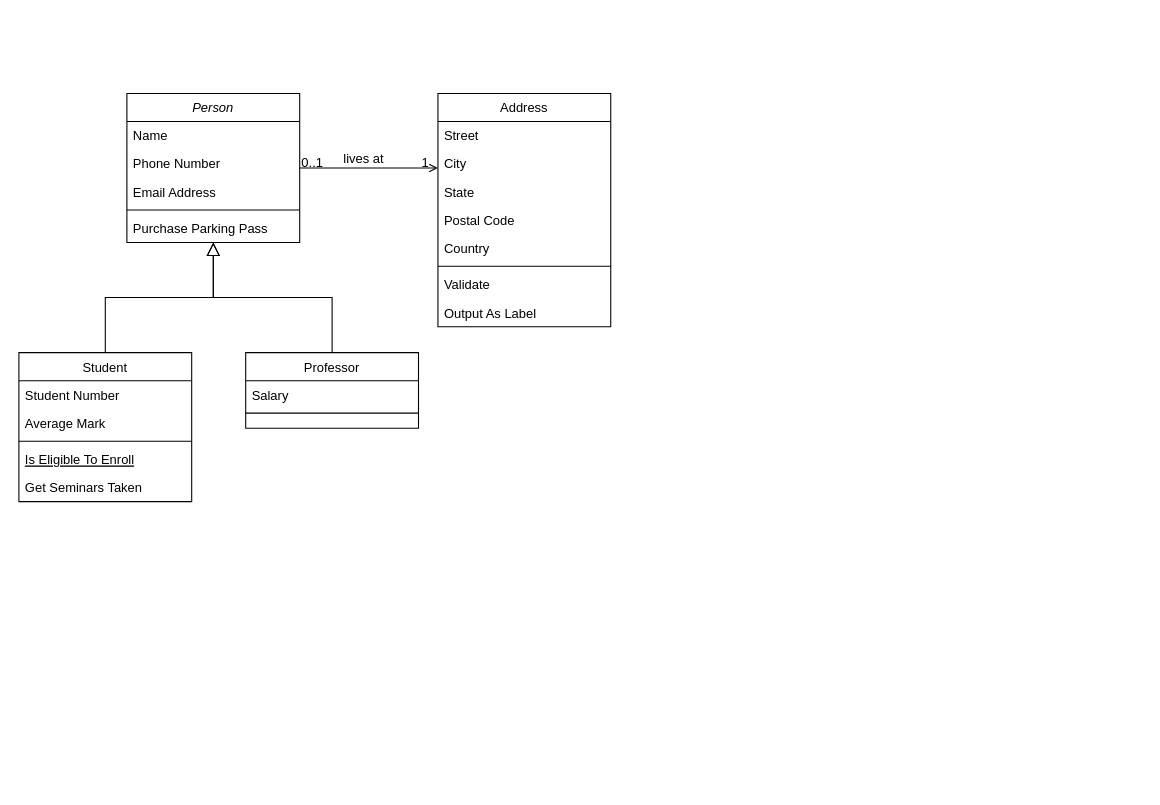
This is classroom-ultra-uml/class-diagram.drawio from doremi31618/Assets, a draw.io file, before an edit. Source tidied: cells renumbered, new cells numbered last; positions are measured from the earlier drawing's top-left corner, leaving out a move shared by most shapes. Both pictures are drawn from the tidied source at 108%, with x=0, y=0 at pixel (18, 93).
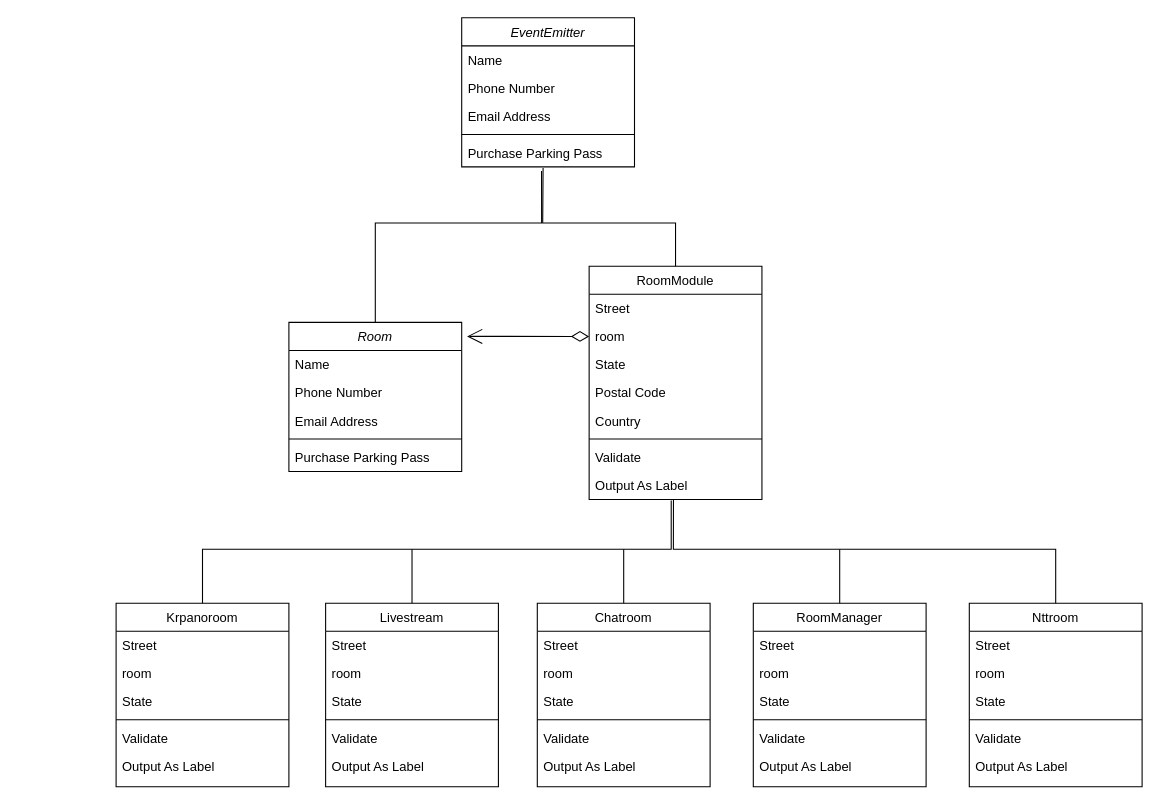
The same diagram, later.

The change refers to these unchanged cells:
```xml
<mxCell id="27" value="Output As Label" style="text;align=left;verticalAlign=top;spacingLeft=4;spacingRight=4;overflow=hidden;points=[[0,0.5],[1,0.5]];portConstraint=eastwest;" parent="19" vertex="1">
  <mxGeometry y="190" width="160" height="26" as="geometry" />
</mxCell>
```

What changed in the source:
```diff
@@
-    <mxCell id="2" value="Person" style="swimlane;fontStyle=2;align=center;verticalAlign=top;horizontal=1;startSize=26;rounded=0;shadow=0;strokeWidth=1;" parent="1" vertex="1">
-      <mxGeometry x="100" width="160" height="138" as="geometry" />
+    <mxCell id="2" value="Room" style="swimlane;fontStyle=2;align=center;verticalAlign=top;horizontal=1;startSize=26;rounded=0;shadow=0;strokeWidth=1;" parent="1" vertex="1">
+      <mxGeometry x="250" y="212" width="160" height="138" as="geometry" />
     </mxCell>
@@
-    <mxCell id="8" value="Student" style="swimlane;fontStyle=0;align=center;verticalAlign=top;horizontal=1;startSize=26;rounded=0;shadow=0;strokeWidth=1;" parent="1" vertex="1">
-      <mxGeometry y="240" width="160" height="138" as="geometry" />
-    </mxCell>
-    <mxCell id="9" value="Student Number" style="text;align=left;verticalAlign=top;spacingLeft=4;spacingRight=4;overflow=hidden;" parent="8" vertex="1">
-      <mxGeometry y="26" width="160" height="26" as="geometry" />
-    </mxCell>
-    <mxCell id="10" value="Average Mark" style="text;align=left;verticalAlign=top;spacingLeft=4;spacingRight=4;overflow=hidden;rounded=0;shadow=0;html=0;" parent="8" vertex="1">
-      <mxGeometry y="52" width="160" height="26" as="geometry" />
-    </mxCell>
-    <mxCell id="11" style="line;html=1;strokeWidth=1;align=left;verticalAlign=middle;spacingTop=-1;spacingLeft=3;spacingRight=3;labelPosition=right;" parent="8" vertex="1">
-      <mxGeometry y="78" width="160" height="8" as="geometry" />
-    </mxCell>
-    <mxCell id="12" value="Is Eligible To Enroll" style="text;align=left;verticalAlign=top;spacingLeft=4;spacingRight=4;overflow=hidden;fontStyle=4;" parent="8" vertex="1">
-      <mxGeometry y="86" width="160" height="26" as="geometry" />
-    </mxCell>
-    <mxCell id="13" value="Get Seminars Taken" style="text;align=left;verticalAlign=top;spacingLeft=4;spacingRight=4;overflow=hidden;" parent="8" vertex="1">
-      <mxGeometry y="112" width="160" height="26" as="geometry" />
-    </mxCell>
-    <mxCell id="14" style="endArrow=block;endSize=10;endFill=0;shadow=0;strokeWidth=1;rounded=0;edgeStyle=elbowEdgeStyle;elbow=vertical;" parent="1" edge="1" source="8" target="2">
-      <mxGeometry relative="1" as="geometry" />
-    </mxCell>
-    <mxCell id="15" value="Professor" style="swimlane;fontStyle=0;align=center;verticalAlign=top;horizontal=1;startSize=26;rounded=0;shadow=0;strokeWidth=1;" parent="1" vertex="1">
-      <mxGeometry x="210" y="240" width="160" height="70" as="geometry" />
-    </mxCell>
-    <mxCell id="16" value="Salary" style="text;align=left;verticalAlign=top;spacingLeft=4;spacingRight=4;overflow=hidden;" parent="15" vertex="1">
-      <mxGeometry y="26" width="160" height="26" as="geometry" />
-    </mxCell>
-    <mxCell id="17" style="line;html=1;strokeWidth=1;align=left;verticalAlign=middle;spacingTop=-1;spacingLeft=3;spacingRight=3;labelPosition=right;" parent="15" vertex="1">
-      <mxGeometry y="52" width="160" height="8" as="geometry" />
-    </mxCell>
-    <mxCell id="18" style="endArrow=block;endSize=10;endFill=0;shadow=0;strokeWidth=1;rounded=0;edgeStyle=elbowEdgeStyle;elbow=vertical;" parent="1" edge="1" source="15" target="2">
-      <mxGeometry relative="1" as="geometry" />
-    </mxCell>
-    <mxCell id="19" value="Address" style="swimlane;fontStyle=0;align=center;verticalAlign=top;horizontal=1;startSize=26;rounded=0;shadow=0;strokeWidth=1;" parent="1" vertex="1">
-      <mxGeometry x="388" width="160" height="216" as="geometry" />
+    <mxCell id="19" value="RoomModule" style="swimlane;fontStyle=0;align=center;verticalAlign=top;horizontal=1;startSize=26;rounded=0;shadow=0;strokeWidth=1;" parent="1" vertex="1">
+      <mxGeometry x="528" y="160" width="160" height="216" as="geometry" />
     </mxCell>
@@
-    <mxCell id="21" value="City" style="text;align=left;verticalAlign=top;spacingLeft=4;spacingRight=4;overflow=hidden;points=[[0,0.5],[1,0.5]];portConstraint=eastwest;rounded=0;shadow=0;html=0;" parent="19" vertex="1">
+    <mxCell id="21" value="room" style="text;align=left;verticalAlign=top;spacingLeft=4;spacingRight=4;overflow=hidden;points=[[0,0.5],[1,0.5]];portConstraint=eastwest;rounded=0;shadow=0;html=0;" parent="19" vertex="1">
       <mxGeometry y="52" width="160" height="26" as="geometry" />
     </mxCell>
@@
-    <mxCell id="28" style="endArrow=open;shadow=0;strokeWidth=1;rounded=0;endFill=1;edgeStyle=elbowEdgeStyle;elbow=vertical;" parent="1" edge="1" source="2" target="19">
-      <mxGeometry x="0.5" y="41" relative="1" as="geometry">
-        <mxPoint x="-40" y="32" as="offset" />
-      </mxGeometry>
-    </mxCell>
-    <mxCell id="29" value="0..1" style="align=left;verticalAlign=bottom;labelBackgroundColor=none;fontSize=12;" parent="28" vertex="1">
-      <mxGeometry x="-1" relative="1" as="geometry">
-        <mxPoint y="4" as="offset" />
-      </mxGeometry>
-    </mxCell>
-    <mxCell id="30" value="1" style="align=right;verticalAlign=bottom;labelBackgroundColor=none;fontSize=12;" parent="28" vertex="1">
-      <mxGeometry x="1" relative="1" as="geometry">
-        <mxPoint x="-7" y="4" as="offset" />
-      </mxGeometry>
-    </mxCell>
-    <mxCell id="31" value="lives at" style="text;html=1;align=center;verticalAlign=middle;labelBackgroundColor=none;rounded=0;shadow=0;strokeWidth=1;fontSize=12;" parent="28" vertex="1">
-      <mxGeometry x="0.5" y="49" relative="1" as="geometry">
-        <mxPoint x="-38" y="40" as="offset" />
-      </mxGeometry>
-    </mxCell>
+    <mxCell id="32" style="endArrow=open;html=1;endSize=12;startArrow=diamondThin;startSize=14;startFill=0;edgeStyle=orthogonalEdgeStyle;align=left;verticalAlign=bottom;rounded=0;exitX=0;exitY=0.5;exitDx=0;exitDy=0;entryX=1.031;entryY=0.094;entryDx=0;entryDy=0;entryPerimeter=0;" parent="1" edge="1" source="21" target="2">
+      <mxGeometry x="-1" y="3" relative="1" as="geometry" />
+    </mxCell>
+    <mxCell id="33" value="Krpanoroom" style="swimlane;fontStyle=0;align=center;verticalAlign=top;horizontal=1;startSize=26;rounded=0;shadow=0;strokeWidth=1;" parent="1" vertex="1">
+      <mxGeometry x="90" y="472" width="160" height="170" as="geometry" />
+    </mxCell>
+    <mxCell id="34" value="Street" style="text;align=left;verticalAlign=top;spacingLeft=4;spacingRight=4;overflow=hidden;" parent="33" vertex="1">
+      <mxGeometry y="26" width="160" height="26" as="geometry" />
+    </mxCell>
+    <mxCell id="35" value="room" style="text;align=left;verticalAlign=top;spacingLeft=4;spacingRight=4;overflow=hidden;rounded=0;shadow=0;html=0;" parent="33" vertex="1">
+      <mxGeometry y="52" width="160" height="26" as="geometry" />
+    </mxCell>
+    <mxCell id="36" value="State" style="text;align=left;verticalAlign=top;spacingLeft=4;spacingRight=4;overflow=hidden;rounded=0;shadow=0;html=0;" parent="33" vertex="1">
+      <mxGeometry y="78" width="160" height="26" as="geometry" />
+    </mxCell>
+    <mxCell id="37" style="line;html=1;strokeWidth=1;align=left;verticalAlign=middle;spacingTop=-1;spacingLeft=3;spacingRight=3;labelPosition=right;" parent="33" vertex="1">
+      <mxGeometry y="104" width="160" height="8" as="geometry" />
+    </mxCell>
+    <mxCell id="38" value="Validate" style="text;align=left;verticalAlign=top;spacingLeft=4;spacingRight=4;overflow=hidden;" parent="33" vertex="1">
+      <mxGeometry y="112" width="160" height="26" as="geometry" />
+    </mxCell>
+    <mxCell id="39" value="Output As Label" style="text;align=left;verticalAlign=top;spacingLeft=4;spacingRight=4;overflow=hidden;" parent="33" vertex="1">
+      <mxGeometry y="138" width="160" height="26" as="geometry" />
+    </mxCell>
+    <mxCell id="40" value="Livestream" style="swimlane;fontStyle=0;align=center;verticalAlign=top;horizontal=1;startSize=26;rounded=0;shadow=0;strokeWidth=1;" parent="1" vertex="1">
+      <mxGeometry x="284" y="472" width="160" height="170" as="geometry" />
+    </mxCell>
+    <mxCell id="41" value="Street" style="text;align=left;verticalAlign=top;spacingLeft=4;spacingRight=4;overflow=hidden;" parent="40" vertex="1">
+      <mxGeometry y="26" width="160" height="26" as="geometry" />
+    </mxCell>
+    <mxCell id="42" value="room" style="text;align=left;verticalAlign=top;spacingLeft=4;spacingRight=4;overflow=hidden;rounded=0;shadow=0;html=0;" parent="40" vertex="1">
+      <mxGeometry y="52" width="160" height="26" as="geometry" />
+    </mxCell>
+    <mxCell id="43" value="State" style="text;align=left;verticalAlign=top;spacingLeft=4;spacingRight=4;overflow=hidden;rounded=0;shadow=0;html=0;" parent="40" vertex="1">
+      <mxGeometry y="78" width="160" height="26" as="geometry" />
+    </mxCell>
+    <mxCell id="44" style="line;html=1;strokeWidth=1;align=left;verticalAlign=middle;spacingTop=-1;spacingLeft=3;spacingRight=3;labelPosition=right;" parent="40" vertex="1">
+      <mxGeometry y="104" width="160" height="8" as="geometry" />
+    </mxCell>
+    <mxCell id="45" value="Validate" style="text;align=left;verticalAlign=top;spacingLeft=4;spacingRight=4;overflow=hidden;" parent="40" vertex="1">
+      <mxGeometry y="112" width="160" height="26" as="geometry" />
+    </mxCell>
+    <mxCell id="46" value="Output As Label" style="text;align=left;verticalAlign=top;spacingLeft=4;spacingRight=4;overflow=hidden;" parent="40" vertex="1">
+      <mxGeometry y="138" width="160" height="26" as="geometry" />
+    </mxCell>
+    <mxCell id="47" value="Chatroom" style="swimlane;fontStyle=0;align=center;verticalAlign=top;horizontal=1;startSize=26;rounded=0;shadow=0;strokeWidth=1;" parent="1" vertex="1">
+      <mxGeometry x="480" y="472" width="160" height="170" as="geometry" />
+    </mxCell>
+    <mxCell id="48" value="Street" style="text;align=left;verticalAlign=top;spacingLeft=4;spacingRight=4;overflow=hidden;" parent="47" vertex="1">
+      <mxGeometry y="26" width="160" height="26" as="geometry" />
+    </mxCell>
+    <mxCell id="49" value="room" style="text;align=left;verticalAlign=top;spacingLeft=4;spacingRight=4;overflow=hidden;rounded=0;shadow=0;html=0;" parent="47" vertex="1">
+      <mxGeometry y="52" width="160" height="26" as="geometry" />
+    </mxCell>
+    <mxCell id="50" value="State" style="text;align=left;verticalAlign=top;spacingLeft=4;spacingRight=4;overflow=hidden;rounded=0;shadow=0;html=0;" parent="47" vertex="1">
+      <mxGeometry y="78" width="160" height="26" as="geometry" />
+    </mxCell>
+    <mxCell id="51" style="line;html=1;strokeWidth=1;align=left;verticalAlign=middle;spacingTop=-1;spacingLeft=3;spacingRight=3;labelPosition=right;" parent="47" vertex="1">
+      <mxGeometry y="104" width="160" height="8" as="geometry" />
+    </mxCell>
+    <mxCell id="52" value="Validate" style="text;align=left;verticalAlign=top;spacingLeft=4;spacingRight=4;overflow=hidden;" parent="47" vertex="1">
+      <mxGeometry y="112" width="160" height="26" as="geometry" />
+    </mxCell>
+    <mxCell id="53" value="Output As Label" style="text;align=left;verticalAlign=top;spacingLeft=4;spacingRight=4;overflow=hidden;" parent="47" vertex="1">
+      <mxGeometry y="138" width="160" height="26" as="geometry" />
+    </mxCell>
+    <mxCell id="54" value="RoomManager" style="swimlane;fontStyle=0;align=center;verticalAlign=top;horizontal=1;startSize=26;rounded=0;shadow=0;strokeWidth=1;" parent="1" vertex="1">
+      <mxGeometry x="680" y="472" width="160" height="170" as="geometry" />
+    </mxCell>
+    <mxCell id="55" value="Street" style="text;align=left;verticalAlign=top;spacingLeft=4;spacingRight=4;overflow=hidden;" parent="54" vertex="1">
+      <mxGeometry y="26" width="160" height="26" as="geometry" />
+    </mxCell>
+    <mxCell id="56" value="room" style="text;align=left;verticalAlign=top;spacingLeft=4;spacingRight=4;overflow=hidden;rounded=0;shadow=0;html=0;" parent="54" vertex="1">
+      <mxGeometry y="52" width="160" height="26" as="geometry" />
+    </mxCell>
+    <mxCell id="57" value="State" style="text;align=left;verticalAlign=top;spacingLeft=4;spacingRight=4;overflow=hidden;rounded=0;shadow=0;html=0;" parent="54" vertex="1">
+      <mxGeometry y="78" width="160" height="26" as="geometry" />
+    </mxCell>
+    <mxCell id="58" style="line;html=1;strokeWidth=1;align=left;verticalAlign=middle;spacingTop=-1;spacingLeft=3;spacingRight=3;labelPosition=right;" parent="54" vertex="1">
+      <mxGeometry y="104" width="160" height="8" as="geometry" />
+    </mxCell>
+    <mxCell id="59" value="Validate" style="text;align=left;verticalAlign=top;spacingLeft=4;spacingRight=4;overflow=hidden;" parent="54" vertex="1">
+      <mxGeometry y="112" width="160" height="26" as="geometry" />
+    </mxCell>
+    <mxCell id="60" value="Output As Label" style="text;align=left;verticalAlign=top;spacingLeft=4;spacingRight=4;overflow=hidden;" parent="54" vertex="1">
+      <mxGeometry y="138" width="160" height="26" as="geometry" />
+    </mxCell>
+    <mxCell id="61" value="Nttroom" style="swimlane;fontStyle=0;align=center;verticalAlign=top;horizontal=1;startSize=26;rounded=0;shadow=0;strokeWidth=1;" parent="1" vertex="1">
+      <mxGeometry x="880" y="472" width="160" height="170" as="geometry" />
+    </mxCell>
+    <mxCell id="62" value="Street" style="text;align=left;verticalAlign=top;spacingLeft=4;spacingRight=4;overflow=hidden;" parent="61" vertex="1">
+      <mxGeometry y="26" width="160" height="26" as="geometry" />
+    </mxCell>
+    <mxCell id="63" value="room" style="text;align=left;verticalAlign=top;spacingLeft=4;spacingRight=4;overflow=hidden;rounded=0;shadow=0;html=0;" parent="61" vertex="1">
+      <mxGeometry y="52" width="160" height="26" as="geometry" />
+    </mxCell>
+    <mxCell id="64" value="State" style="text;align=left;verticalAlign=top;spacingLeft=4;spacingRight=4;overflow=hidden;rounded=0;shadow=0;html=0;" parent="61" vertex="1">
+      <mxGeometry y="78" width="160" height="26" as="geometry" />
+    </mxCell>
+    <mxCell id="65" style="line;html=1;strokeWidth=1;align=left;verticalAlign=middle;spacingTop=-1;spacingLeft=3;spacingRight=3;labelPosition=right;" parent="61" vertex="1">
+      <mxGeometry y="104" width="160" height="8" as="geometry" />
+    </mxCell>
+    <mxCell id="66" value="Validate" style="text;align=left;verticalAlign=top;spacingLeft=4;spacingRight=4;overflow=hidden;" parent="61" vertex="1">
+      <mxGeometry y="112" width="160" height="26" as="geometry" />
+    </mxCell>
+    <mxCell id="67" value="Output As Label" style="text;align=left;verticalAlign=top;spacingLeft=4;spacingRight=4;overflow=hidden;" parent="61" vertex="1">
+      <mxGeometry y="138" width="160" height="26" as="geometry" />
+    </mxCell>
+    <mxCell id="68" style="endArrow=none;html=1;rounded=0;exitX=0.5;exitY=0;exitDx=0;exitDy=0;entryX=0.475;entryY=1.038;entryDx=0;entryDy=0;entryPerimeter=0;" parent="1" edge="1" source="33" target="27">
+      <mxGeometry relative="1" as="geometry">
+        <Array as="points">
+          <mxPoint x="170" y="422" />
+          <mxPoint x="604" y="422" />
+        </Array>
+      </mxGeometry>
+    </mxCell>
+    <mxCell id="69" style="endArrow=none;html=1;rounded=0;exitX=0.5;exitY=0;exitDx=0;exitDy=0;" parent="1" edge="1" source="40">
+      <mxGeometry relative="1" as="geometry">
+        <mxPoint x="364" y="422" as="targetPoint" />
+      </mxGeometry>
+    </mxCell>
+    <mxCell id="70" style="endArrow=none;html=1;rounded=0;exitX=0.5;exitY=0;exitDx=0;exitDy=0;" parent="1" edge="1" source="47">
+      <mxGeometry relative="1" as="geometry">
+        <mxPoint x="560" y="422" as="targetPoint" />
+      </mxGeometry>
+    </mxCell>
+    <mxCell id="71" style="endArrow=none;html=1;rounded=0;entryX=0.5;entryY=0;entryDx=0;entryDy=0;exitX=0.488;exitY=1;exitDx=0;exitDy=0;exitPerimeter=0;" parent="1" edge="1" source="27" target="61">
+      <mxGeometry relative="1" as="geometry">
+        <Array as="points">
+          <mxPoint x="606" y="422" />
+          <mxPoint x="960" y="422" />
+        </Array>
+      </mxGeometry>
+    </mxCell>
+    <mxCell id="72" style="endArrow=none;html=1;rounded=0;exitX=0.5;exitY=0;exitDx=0;exitDy=0;" parent="1" edge="1" source="54">
+      <mxGeometry relative="1" as="geometry">
+        <mxPoint x="760" y="422" as="targetPoint" />
+      </mxGeometry>
+    </mxCell>
+    <mxCell id="73" value="EventEmitter" style="swimlane;fontStyle=2;align=center;verticalAlign=top;horizontal=1;startSize=26;rounded=0;shadow=0;strokeWidth=1;" parent="1" vertex="1">
+      <mxGeometry x="410" y="-70" width="160" height="138" as="geometry" />
+    </mxCell>
+    <mxCell id="74" value="Name" style="text;align=left;verticalAlign=top;spacingLeft=4;spacingRight=4;overflow=hidden;" parent="73" vertex="1">
+      <mxGeometry y="26" width="160" height="26" as="geometry" />
+    </mxCell>
+    <mxCell id="75" value="Phone Number" style="text;align=left;verticalAlign=top;spacingLeft=4;spacingRight=4;overflow=hidden;rounded=0;shadow=0;html=0;" parent="73" vertex="1">
+      <mxGeometry y="52" width="160" height="26" as="geometry" />
+    </mxCell>
+    <mxCell id="76" value="Email Address" style="text;align=left;verticalAlign=top;spacingLeft=4;spacingRight=4;overflow=hidden;rounded=0;shadow=0;html=0;" parent="73" vertex="1">
+      <mxGeometry y="78" width="160" height="26" as="geometry" />
+    </mxCell>
+    <mxCell id="77" style="line;html=1;strokeWidth=1;align=left;verticalAlign=middle;spacingTop=-1;spacingLeft=3;spacingRight=3;labelPosition=right;" parent="73" vertex="1">
+      <mxGeometry y="104" width="160" height="8" as="geometry" />
+    </mxCell>
+    <mxCell id="78" value="Purchase Parking Pass" style="text;align=left;verticalAlign=top;spacingLeft=4;spacingRight=4;overflow=hidden;points=[[0,0.5],[1,0.5]];portConstraint=eastwest;" parent="73" vertex="1">
+      <mxGeometry y="112" width="160" height="26" as="geometry" />
+    </mxCell>
+    <mxCell id="79" style="endArrow=none;html=1;rounded=0;entryX=0.462;entryY=1.148;entryDx=0;entryDy=0;entryPerimeter=0;exitX=0.5;exitY=0;exitDx=0;exitDy=0;" parent="1" edge="1" source="2" target="78">
+      <mxGeometry relative="1" as="geometry">
+        <Array as="points">
+          <mxPoint x="330" y="120" />
+          <mxPoint x="484" y="120" />
+        </Array>
+      </mxGeometry>
+    </mxCell>
+    <mxCell id="80" style="endArrow=none;html=1;rounded=0;entryX=0.471;entryY=1.038;entryDx=0;entryDy=0;entryPerimeter=0;exitX=0.5;exitY=0;exitDx=0;exitDy=0;" parent="1" edge="1" source="19" target="78">
+      <mxGeometry relative="1" as="geometry">
+        <Array as="points">
+          <mxPoint x="608" y="120" />
+          <mxPoint x="485" y="120" />
+        </Array>
+      </mxGeometry>
+    </mxCell>
```
